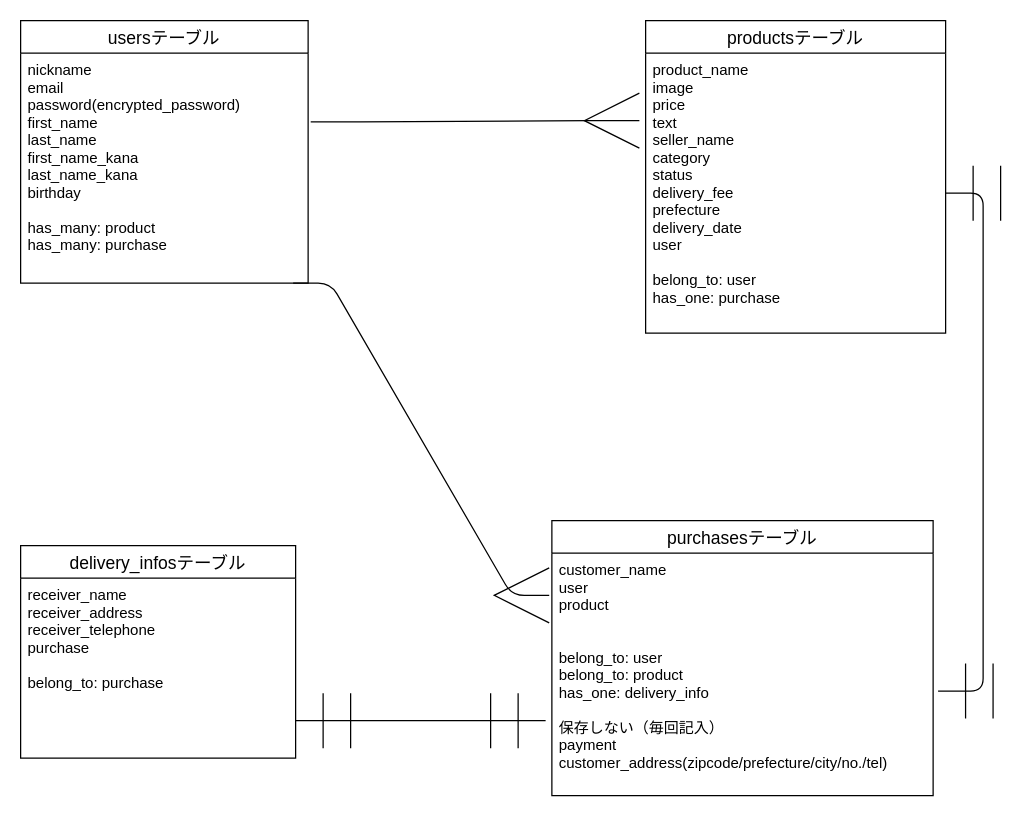
Above: database.dio in dodompa625/furima-35353 (draw.io), before the change. Source tidied: cells renumbered, new cells numbered last; positions are measured from the earlier drawing's top-left corner, leaving out a move shared by most shapes. Both pictures are drawn from the tidied source at 125%, with x=0, y=0 at pixel (20, 20).
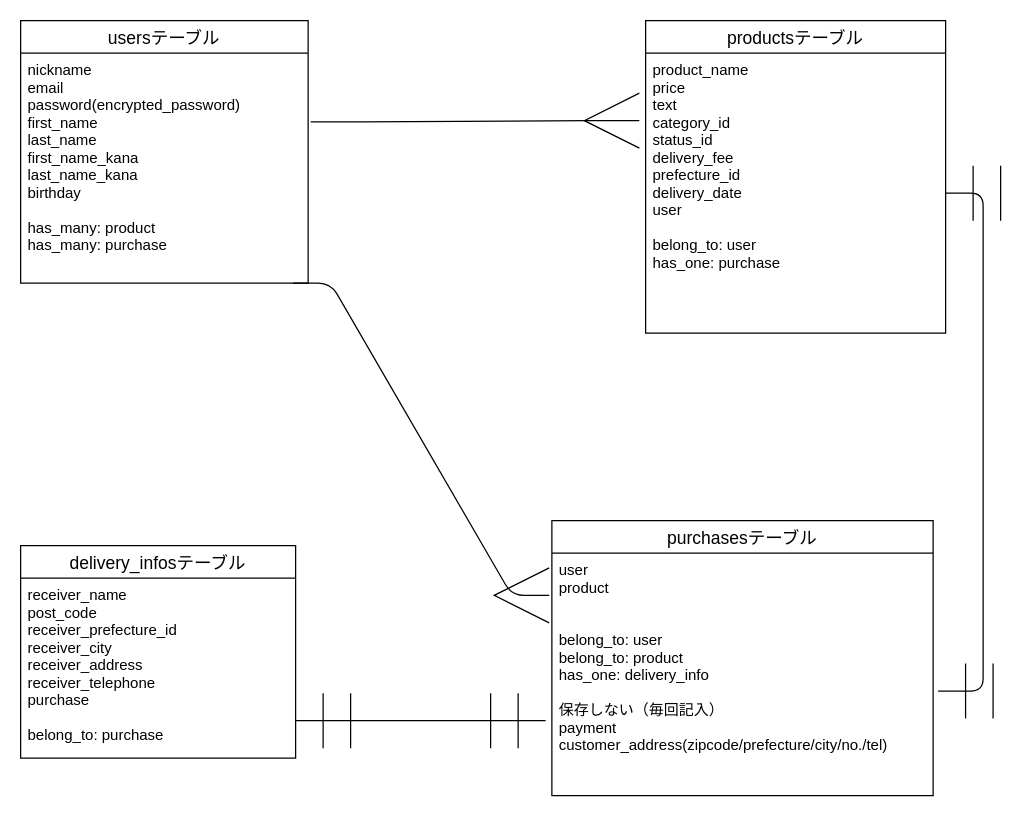
The same diagram, later.

Commit message (it also covers changes not shown here):
データベース設計 改訂

The edit, as a diff of the source:
```diff
@@
 <mxGraphModel>
   <root>
     <mxCell id="0" />
     <mxCell id="1" parent="0" />
     <mxCell id="2" value="usersテーブル" style="swimlane;fontStyle=0;horizontal=1;startSize=26;align=center;fontSize=14;direction=east;" parent="1" vertex="1">
       <mxGeometry width="230" height="210" as="geometry" />
     </mxCell>
     <mxCell id="3" value="nickname&#10;email&#10;password(encrypted_password)&#10;first_name&#10;last_name&#10;first_name_kana&#10;last_name_kana&#10;birthday&#10;&#10;has_many: product&#10;has_many: purchase&#10;" style="text;strokeColor=none;fillColor=none;spacingLeft=4;spacingRight=4;overflow=hidden;points=[[0,0.5],[1,0.5]];portConstraint=eastwest;fontSize=12;" parent="2" vertex="1">
       <mxGeometry y="26" width="230" height="184" as="geometry" />
     </mxCell>
     <mxCell id="4" value="productsテーブル" style="swimlane;fontStyle=0;horizontal=1;startSize=26;align=center;fontSize=14;" parent="1" vertex="1">
       <mxGeometry x="500" width="240" height="250" as="geometry" />
     </mxCell>
-    <mxCell id="5" value="product_name&#10;image&#10;price&#10;text&#10;seller_name&#10;category&#10;status&#10;delivery_fee&#10;prefecture&#10;delivery_date&#10;user&#10;&#10;belong_to: user&#10;has_one: purchase" style="text;strokeColor=none;fillColor=none;spacingLeft=4;spacingRight=4;overflow=hidden;points=[[0,0.5],[1,0.5]];portConstraint=eastwest;fontSize=12;" parent="4" vertex="1">
+    <mxCell id="5" value="product_name&#10;price&#10;text&#10;category_id&#10;status_id&#10;delivery_fee&#10;prefecture_id&#10;delivery_date&#10;user&#10;&#10;belong_to: user&#10;has_one: purchase" style="text;strokeColor=none;fillColor=none;spacingLeft=4;spacingRight=4;overflow=hidden;points=[[0,0.5],[1,0.5]];portConstraint=eastwest;fontSize=12;" parent="4" vertex="1">
       <mxGeometry y="26" width="240" height="224" as="geometry" />
     </mxCell>
     <mxCell id="6" style="edgeStyle=entityRelationEdgeStyle;fontSize=12;html=1;endArrow=ERmany;startSize=42;endSize=42;exitX=1.009;exitY=0.299;exitDx=0;exitDy=0;exitPerimeter=0;" parent="1" edge="1" source="3">
       <mxGeometry relative="1" as="geometry">
         <mxPoint x="495" y="80" as="targetPoint" />
       </mxGeometry>
     </mxCell>
     <mxCell id="7" value="purchasesテーブル" style="swimlane;fontStyle=0;horizontal=1;startSize=26;align=center;fontSize=14;" parent="1" vertex="1">
       <mxGeometry x="425" y="400" width="305" height="220" as="geometry" />
     </mxCell>
-    <mxCell id="8" value="customer_name&#10;user&#10;product&#10;&#10;&#10;belong_to: user&#10;belong_to: product&#10;has_one: delivery_info&#10;&#10;保存しない（毎回記入）&#10;payment&#10;customer_address(zipcode/prefecture/city/no./tel)" style="text;strokeColor=none;fillColor=none;spacingLeft=4;spacingRight=4;overflow=hidden;points=[[0,0.5],[1,0.5]];portConstraint=eastwest;fontSize=12;" parent="7" vertex="1">
+    <mxCell id="8" value="user&#10;product&#10;&#10;&#10;belong_to: user&#10;belong_to: product&#10;has_one: delivery_info&#10;&#10;保存しない（毎回記入）&#10;payment&#10;customer_address(zipcode/prefecture/city/no./tel)" style="text;strokeColor=none;fillColor=none;spacingLeft=4;spacingRight=4;overflow=hidden;points=[[0,0.5],[1,0.5]];portConstraint=eastwest;fontSize=12;" parent="7" vertex="1">
       <mxGeometry y="26" width="305" height="194" as="geometry" />
     </mxCell>
     <mxCell id="9" value="delivery_infosテーブル" style="swimlane;fontStyle=0;horizontal=1;startSize=26;align=center;fontSize=14;" parent="1" vertex="1">
       <mxGeometry y="420" width="220" height="170" as="geometry" />
     </mxCell>
-    <mxCell id="10" value="receiver_name&#10;receiver_address&#10;receiver_telephone&#10;purchase&#10;&#10;belong_to: purchase" style="text;strokeColor=none;fillColor=none;spacingLeft=4;spacingRight=4;overflow=hidden;fontSize=12;" parent="9" vertex="1">
+    <mxCell id="10" value="receiver_name&#10;post_code&#10;receiver_prefecture_id&#10;receiver_city&#10;receiver_address&#10;receiver_telephone&#10;purchase&#10;&#10;belong_to: purchase" style="text;strokeColor=none;fillColor=none;spacingLeft=4;spacingRight=4;overflow=hidden;fontSize=12;" parent="9" vertex="1">
       <mxGeometry y="26" width="220" height="144" as="geometry" />
     </mxCell>
     <mxCell id="11" style="edgeStyle=entityRelationEdgeStyle;fontSize=12;html=1;endArrow=ERmany;startSize=42;endSize=42;entryX=-0.007;entryY=0.174;entryDx=0;entryDy=0;entryPerimeter=0;exitX=0.948;exitY=1;exitDx=0;exitDy=0;exitPerimeter=0;" parent="1" edge="1" source="3" target="8">
       <mxGeometry relative="1" as="geometry" />
     </mxCell>
     <mxCell id="12" style="edgeStyle=entityRelationEdgeStyle;fontSize=12;html=1;endArrow=ERmandOne;startArrow=ERmandOne;startSize=42;endSize=42;exitX=1.013;exitY=0.569;exitDx=0;exitDy=0;exitPerimeter=0;" parent="1" edge="1" source="8" target="5">
       <mxGeometry relative="1" as="geometry" />
     </mxCell>
     <mxCell id="13" style="edgeStyle=entityRelationEdgeStyle;fontSize=12;html=1;endArrow=ERmandOne;startArrow=ERmandOne;startSize=42;endSize=42;" parent="1" edge="1">
       <mxGeometry relative="1" as="geometry">
         <mxPoint x="220" y="560" as="sourcePoint" />
         <mxPoint x="420" y="560" as="targetPoint" />
       </mxGeometry>
     </mxCell>
   </root>
 </mxGraphModel>
```
